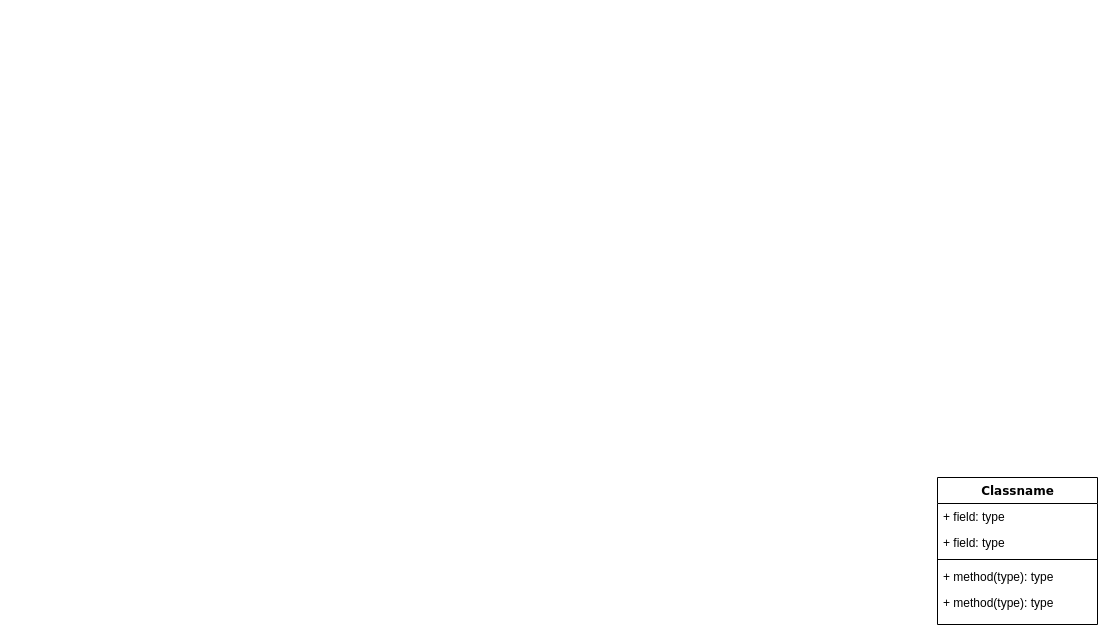
Earlier version of the draw.io diagram Untitled Diagram.drawio (minaevtimova/Table). Source tidied: cells renumbered, new cells numbered last; positions are measured from the earlier drawing's top-left corner, leaving out a move shared by most shapes. Both pictures are drawn from the tidied source at 100%, with x=0, y=0 at pixel (937, 477).
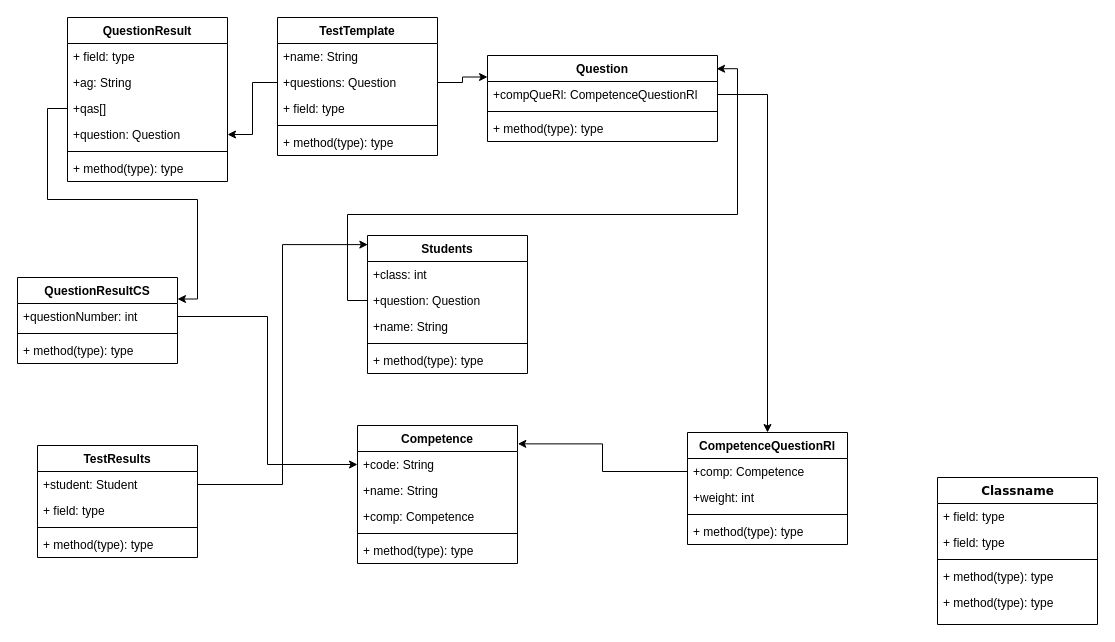
The same diagram, later.

Diff of the diagram source:
```diff
@@
+    <mxCell id="8" value="Competence" style="swimlane;fontStyle=1;align=center;verticalAlign=top;horizontal=1;startSize=26;" parent="1" vertex="1">
+      <mxGeometry x="-580" y="-52" width="160" height="138" as="geometry" />
+    </mxCell>
+    <mxCell id="9" value="+code: String" style="text;strokeColor=none;fillColor=none;align=left;verticalAlign=top;spacingLeft=4;spacingRight=4;overflow=hidden;points=[[0,0.5],[1,0.5]];portConstraint=eastwest;" parent="8" vertex="1">
+      <mxGeometry y="26" width="160" height="26" as="geometry" />
+    </mxCell>
+    <mxCell id="10" value="+name: String" style="text;strokeColor=none;fillColor=none;align=left;verticalAlign=top;spacingLeft=4;spacingRight=4;overflow=hidden;" parent="8" vertex="1">
+      <mxGeometry y="52" width="160" height="26" as="geometry" />
+    </mxCell>
+    <mxCell id="11" value="+comp: Competence" style="text;strokeColor=none;fillColor=none;align=left;verticalAlign=top;spacingLeft=4;spacingRight=4;overflow=hidden;" parent="8" vertex="1">
+      <mxGeometry y="78" width="160" height="26" as="geometry" />
+    </mxCell>
+    <mxCell id="12" style="line;strokeWidth=1;fillColor=none;align=left;verticalAlign=middle;spacingTop=-1;spacingLeft=3;spacingRight=3;labelPosition=right;" parent="8" vertex="1">
+      <mxGeometry y="104" width="160" height="8" as="geometry" />
+    </mxCell>
+    <mxCell id="13" value="+ method(type): type" style="text;strokeColor=none;fillColor=none;align=left;verticalAlign=top;spacingLeft=4;spacingRight=4;overflow=hidden;" parent="8" vertex="1">
+      <mxGeometry y="112" width="160" height="26" as="geometry" />
+    </mxCell>
+    <mxCell id="14" value="TestTemplate" style="swimlane;fontStyle=1;align=center;verticalAlign=top;horizontal=1;startSize=26;" parent="1" vertex="1">
+      <mxGeometry x="-660" y="-460" width="160" height="138" as="geometry" />
+    </mxCell>
+    <mxCell id="15" value="+name: String" style="text;strokeColor=none;fillColor=none;align=left;verticalAlign=top;spacingLeft=4;spacingRight=4;overflow=hidden;" parent="14" vertex="1">
+      <mxGeometry y="26" width="160" height="26" as="geometry" />
+    </mxCell>
+    <mxCell id="16" value="+questions: Question" style="text;strokeColor=none;fillColor=none;align=left;verticalAlign=top;spacingLeft=4;spacingRight=4;overflow=hidden;points=[[0,0.5],[1,0.5]];portConstraint=eastwest;" parent="14" vertex="1">
+      <mxGeometry y="52" width="160" height="26" as="geometry" />
+    </mxCell>
+    <mxCell id="17" value="+ field: type" style="text;strokeColor=none;fillColor=none;align=left;verticalAlign=top;spacingLeft=4;spacingRight=4;overflow=hidden;" parent="14" vertex="1">
+      <mxGeometry y="78" width="160" height="26" as="geometry" />
+    </mxCell>
+    <mxCell id="18" style="line;strokeWidth=1;fillColor=none;align=left;verticalAlign=middle;spacingTop=-1;spacingLeft=3;spacingRight=3;labelPosition=right;" parent="14" vertex="1">
+      <mxGeometry y="104" width="160" height="8" as="geometry" />
+    </mxCell>
+    <mxCell id="19" value="+ method(type): type" style="text;strokeColor=none;fillColor=none;align=left;verticalAlign=top;spacingLeft=4;spacingRight=4;overflow=hidden;" parent="14" vertex="1">
+      <mxGeometry y="112" width="160" height="26" as="geometry" />
+    </mxCell>
+    <mxCell id="20" value="Question" style="swimlane;fontStyle=1;align=center;verticalAlign=top;horizontal=1;startSize=26;" parent="1" vertex="1">
+      <mxGeometry x="-450" y="-422" width="230" height="86" as="geometry" />
+    </mxCell>
+    <mxCell id="21" value="+compQueRl: CompetenceQuestionRl" style="text;strokeColor=none;fillColor=none;align=left;verticalAlign=top;spacingLeft=4;spacingRight=4;overflow=hidden;points=[[0,0.5],[1,0.5]];portConstraint=eastwest;" parent="20" vertex="1">
+      <mxGeometry y="26" width="230" height="26" as="geometry" />
+    </mxCell>
+    <mxCell id="22" style="line;strokeWidth=1;fillColor=none;align=left;verticalAlign=middle;spacingTop=-1;spacingLeft=3;spacingRight=3;labelPosition=right;" parent="20" vertex="1">
+      <mxGeometry y="52" width="230" height="8" as="geometry" />
+    </mxCell>
+    <mxCell id="23" value="+ method(type): type" style="text;strokeColor=none;fillColor=none;align=left;verticalAlign=top;spacingLeft=4;spacingRight=4;overflow=hidden;" parent="20" vertex="1">
+      <mxGeometry y="60" width="230" height="26" as="geometry" />
+    </mxCell>
+    <mxCell id="24" value="CompetenceQuestionRl" style="swimlane;fontStyle=1;align=center;verticalAlign=top;horizontal=1;startSize=26;" parent="1" vertex="1">
+      <mxGeometry x="-250" y="-45" width="160" height="112" as="geometry" />
+    </mxCell>
+    <mxCell id="25" value="+comp: Competence" style="text;strokeColor=none;fillColor=none;align=left;verticalAlign=top;spacingLeft=4;spacingRight=4;overflow=hidden;points=[[0,0.5],[1,0.5]];portConstraint=eastwest;" parent="24" vertex="1">
+      <mxGeometry y="26" width="160" height="26" as="geometry" />
+    </mxCell>
+    <mxCell id="26" value="+weight: int" style="text;strokeColor=none;fillColor=none;align=left;verticalAlign=top;spacingLeft=4;spacingRight=4;overflow=hidden;" parent="24" vertex="1">
+      <mxGeometry y="52" width="160" height="26" as="geometry" />
+    </mxCell>
+    <mxCell id="27" style="line;strokeWidth=1;fillColor=none;align=left;verticalAlign=middle;spacingTop=-1;spacingLeft=3;spacingRight=3;labelPosition=right;" parent="24" vertex="1">
+      <mxGeometry y="78" width="160" height="8" as="geometry" />
+    </mxCell>
+    <mxCell id="28" value="+ method(type): type" style="text;strokeColor=none;fillColor=none;align=left;verticalAlign=top;spacingLeft=4;spacingRight=4;overflow=hidden;" parent="24" vertex="1">
+      <mxGeometry y="86" width="160" height="26" as="geometry" />
+    </mxCell>
+    <mxCell id="29" value="TestResults" style="swimlane;fontStyle=1;align=center;verticalAlign=top;horizontal=1;startSize=26;" parent="1" vertex="1">
+      <mxGeometry x="-900" y="-32" width="160" height="112" as="geometry" />
+    </mxCell>
+    <mxCell id="30" value="+student: Student" style="text;strokeColor=none;fillColor=none;align=left;verticalAlign=top;spacingLeft=4;spacingRight=4;overflow=hidden;points=[[0,0.5],[1,0.5]];portConstraint=eastwest;" parent="29" vertex="1">
+      <mxGeometry y="26" width="160" height="26" as="geometry" />
+    </mxCell>
+    <mxCell id="31" value="+ field: type" style="text;strokeColor=none;fillColor=none;align=left;verticalAlign=top;spacingLeft=4;spacingRight=4;overflow=hidden;" parent="29" vertex="1">
+      <mxGeometry y="52" width="160" height="26" as="geometry" />
+    </mxCell>
+    <mxCell id="32" style="line;strokeWidth=1;fillColor=none;align=left;verticalAlign=middle;spacingTop=-1;spacingLeft=3;spacingRight=3;labelPosition=right;" parent="29" vertex="1">
+      <mxGeometry y="78" width="160" height="8" as="geometry" />
+    </mxCell>
+    <mxCell id="33" value="+ method(type): type" style="text;strokeColor=none;fillColor=none;align=left;verticalAlign=top;spacingLeft=4;spacingRight=4;overflow=hidden;" parent="29" vertex="1">
+      <mxGeometry y="86" width="160" height="26" as="geometry" />
+    </mxCell>
+    <mxCell id="34" value="Students" style="swimlane;fontStyle=1;align=center;verticalAlign=top;horizontal=1;startSize=26;" parent="1" vertex="1">
+      <mxGeometry x="-570" y="-242" width="160" height="138" as="geometry" />
+    </mxCell>
+    <mxCell id="35" value="+class: int" style="text;strokeColor=none;fillColor=none;align=left;verticalAlign=top;spacingLeft=4;spacingRight=4;overflow=hidden;" parent="34" vertex="1">
+      <mxGeometry y="26" width="160" height="26" as="geometry" />
+    </mxCell>
+    <mxCell id="36" value="+question: Question" style="text;strokeColor=none;fillColor=none;align=left;verticalAlign=top;spacingLeft=4;spacingRight=4;overflow=hidden;points=[[0,0.5],[1,0.5]];portConstraint=eastwest;" parent="34" vertex="1">
+      <mxGeometry y="52" width="160" height="26" as="geometry" />
+    </mxCell>
+    <mxCell id="37" value="+name: String" style="text;strokeColor=none;fillColor=none;align=left;verticalAlign=top;spacingLeft=4;spacingRight=4;overflow=hidden;" parent="34" vertex="1">
+      <mxGeometry y="78" width="160" height="26" as="geometry" />
+    </mxCell>
+    <mxCell id="38" style="line;strokeWidth=1;fillColor=none;align=left;verticalAlign=middle;spacingTop=-1;spacingLeft=3;spacingRight=3;labelPosition=right;" parent="34" vertex="1">
+      <mxGeometry y="104" width="160" height="8" as="geometry" />
+    </mxCell>
+    <mxCell id="39" value="+ method(type): type" style="text;strokeColor=none;fillColor=none;align=left;verticalAlign=top;spacingLeft=4;spacingRight=4;overflow=hidden;" parent="34" vertex="1">
+      <mxGeometry y="112" width="160" height="26" as="geometry" />
+    </mxCell>
+    <mxCell id="40" value="QuestionResultCS" style="swimlane;fontStyle=1;align=center;verticalAlign=top;horizontal=1;startSize=26;" parent="1" vertex="1">
+      <mxGeometry x="-920" y="-200" width="160" height="86" as="geometry" />
+    </mxCell>
+    <mxCell id="41" value="+questionNumber: int" style="text;strokeColor=none;fillColor=none;align=left;verticalAlign=top;spacingLeft=4;spacingRight=4;overflow=hidden;points=[[0,0.5],[1,0.5]];portConstraint=eastwest;" parent="40" vertex="1">
+      <mxGeometry y="26" width="160" height="26" as="geometry" />
+    </mxCell>
+    <mxCell id="42" style="line;strokeWidth=1;fillColor=none;align=left;verticalAlign=middle;spacingTop=-1;spacingLeft=3;spacingRight=3;labelPosition=right;" parent="40" vertex="1">
+      <mxGeometry y="52" width="160" height="8" as="geometry" />
+    </mxCell>
+    <mxCell id="43" value="+ method(type): type" style="text;strokeColor=none;fillColor=none;align=left;verticalAlign=top;spacingLeft=4;spacingRight=4;overflow=hidden;" parent="40" vertex="1">
+      <mxGeometry y="60" width="160" height="26" as="geometry" />
+    </mxCell>
+    <mxCell id="44" value="QuestionResult" style="swimlane;fontStyle=1;align=center;verticalAlign=top;horizontal=1;startSize=26;" parent="1" vertex="1">
+      <mxGeometry x="-870" y="-460" width="160" height="164" as="geometry" />
+    </mxCell>
+    <mxCell id="45" value="+ field: type" style="text;strokeColor=none;fillColor=none;align=left;verticalAlign=top;spacingLeft=4;spacingRight=4;overflow=hidden;" parent="44" vertex="1">
+      <mxGeometry y="26" width="160" height="26" as="geometry" />
+    </mxCell>
+    <mxCell id="46" value="+ag: String" style="text;strokeColor=none;fillColor=none;align=left;verticalAlign=top;spacingLeft=4;spacingRight=4;overflow=hidden;" parent="44" vertex="1">
+      <mxGeometry y="52" width="160" height="26" as="geometry" />
+    </mxCell>
+    <mxCell id="47" value="+qas[]" style="text;strokeColor=none;fillColor=none;align=left;verticalAlign=top;spacingLeft=4;spacingRight=4;overflow=hidden;points=[[0,0.5],[1,0.5]];portConstraint=eastwest;" parent="44" vertex="1">
+      <mxGeometry y="78" width="160" height="26" as="geometry" />
+    </mxCell>
+    <mxCell id="48" value="+question: Question" style="text;strokeColor=none;fillColor=none;align=left;verticalAlign=top;spacingLeft=4;spacingRight=4;overflow=hidden;points=[[0,0.5],[1,0.5]];portConstraint=eastwest;" parent="44" vertex="1">
+      <mxGeometry y="104" width="160" height="26" as="geometry" />
+    </mxCell>
+    <mxCell id="49" style="line;strokeWidth=1;fillColor=none;align=left;verticalAlign=middle;spacingTop=-1;spacingLeft=3;spacingRight=3;labelPosition=right;" parent="44" vertex="1">
+      <mxGeometry y="130" width="160" height="8" as="geometry" />
+    </mxCell>
+    <mxCell id="50" value="+ method(type): type" style="text;strokeColor=none;fillColor=none;align=left;verticalAlign=top;spacingLeft=4;spacingRight=4;overflow=hidden;" parent="44" vertex="1">
+      <mxGeometry y="138" width="160" height="26" as="geometry" />
+    </mxCell>
+    <mxCell id="51" style="edgeStyle=orthogonalEdgeStyle;rounded=0;jettySize=auto;html=1;exitX=0;exitY=0.5;exitDx=0;exitDy=0;entryX=1.002;entryY=0.133;entryDx=0;entryDy=0;entryPerimeter=0;" parent="1" edge="1" source="25" target="8">
+      <mxGeometry relative="1" as="geometry" />
+    </mxCell>
+    <mxCell id="52" style="edgeStyle=orthogonalEdgeStyle;rounded=0;jettySize=auto;html=1;exitX=1;exitY=0.5;exitDx=0;exitDy=0;entryX=0;entryY=0.5;entryDx=0;entryDy=0;" parent="1" edge="1" source="41" target="9">
+      <mxGeometry relative="1" as="geometry" />
+    </mxCell>
+    <mxCell id="53" style="edgeStyle=orthogonalEdgeStyle;rounded=0;jettySize=auto;html=1;exitX=0;exitY=0.5;exitDx=0;exitDy=0;entryX=1;entryY=0.25;entryDx=0;entryDy=0;" parent="1" edge="1" source="47" target="40">
+      <mxGeometry relative="1" as="geometry" />
+    </mxCell>
+    <mxCell id="54" style="edgeStyle=orthogonalEdgeStyle;rounded=0;jettySize=auto;html=1;exitX=0;exitY=0.5;exitDx=0;exitDy=0;entryX=1;entryY=0.5;entryDx=0;entryDy=0;" parent="1" edge="1" source="16" target="48">
+      <mxGeometry relative="1" as="geometry" />
+    </mxCell>
+    <mxCell id="55" style="edgeStyle=orthogonalEdgeStyle;rounded=0;jettySize=auto;html=1;exitX=1;exitY=0.5;exitDx=0;exitDy=0;entryX=0;entryY=0.25;entryDx=0;entryDy=0;" parent="1" edge="1" source="16" target="20">
+      <mxGeometry relative="1" as="geometry" />
+    </mxCell>
+    <mxCell id="56" style="edgeStyle=orthogonalEdgeStyle;rounded=0;jettySize=auto;html=1;exitX=0;exitY=0.5;exitDx=0;exitDy=0;entryX=0.996;entryY=0.154;entryDx=0;entryDy=0;entryPerimeter=0;" parent="1" edge="1" source="36" target="20">
+      <mxGeometry relative="1" as="geometry" />
+    </mxCell>
+    <mxCell id="57" style="edgeStyle=orthogonalEdgeStyle;rounded=0;jettySize=auto;html=1;" parent="1" edge="1" source="21" target="24">
+      <mxGeometry relative="1" as="geometry" />
+    </mxCell>
+    <mxCell id="58" style="edgeStyle=orthogonalEdgeStyle;rounded=0;jettySize=auto;html=1;entryX=0.002;entryY=0.066;entryDx=0;entryDy=0;entryPerimeter=0;" parent="1" edge="1" source="30" target="34">
+      <mxGeometry relative="1" as="geometry" />
+    </mxCell>
```
